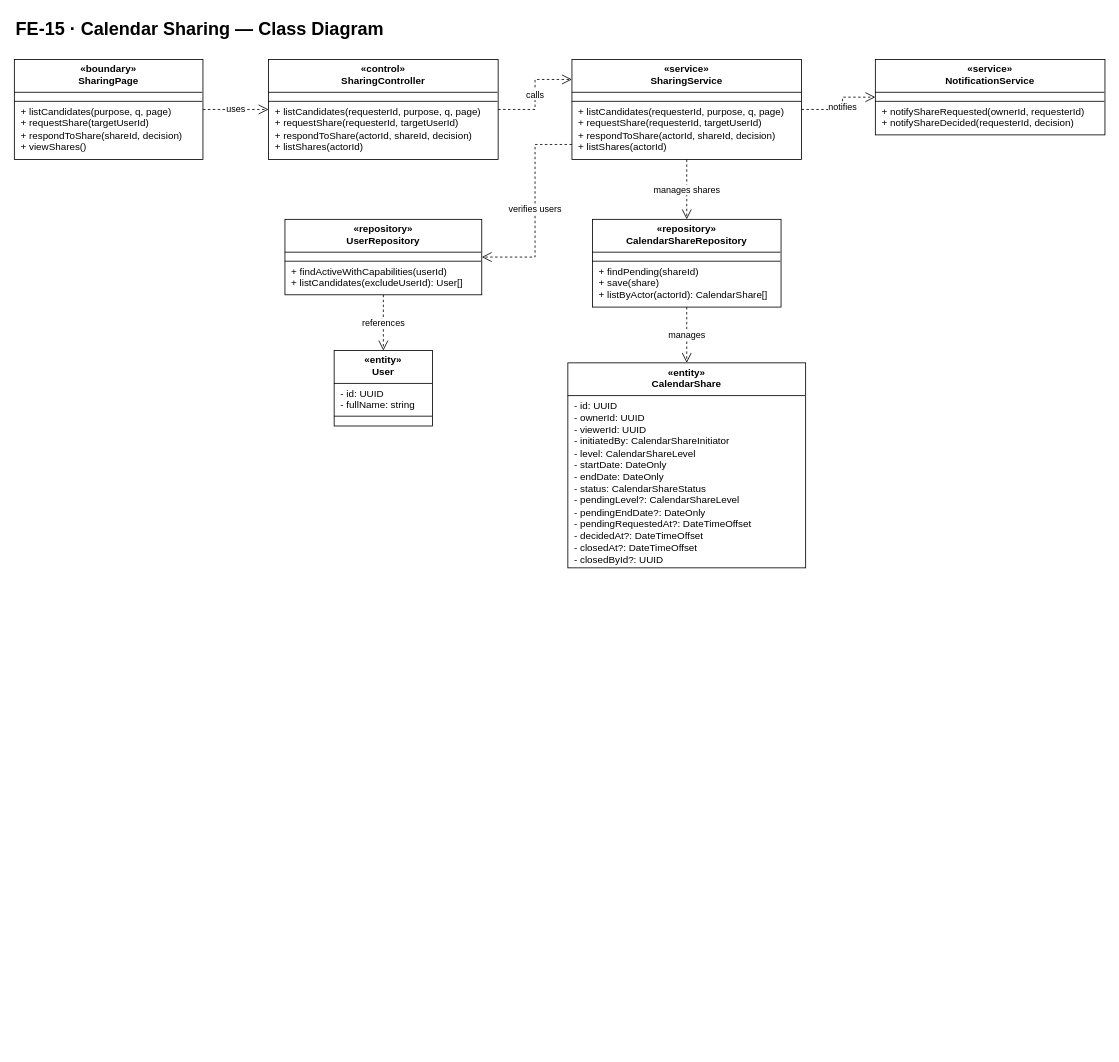
Before: docs/07-classdiagram/feature-15-calendar-sharing-class-diagram.drawio in callmehai/FU-FA26-G116, a draw.io diagram. Source tidied: cells renumbered, new cells numbered last; positions are measured from the earlier drawing's top-left corner, leaving out a move shared by most shapes. Both pictures are drawn from the tidied source at 82%, with x=0, y=0 at pixel (14, 14).
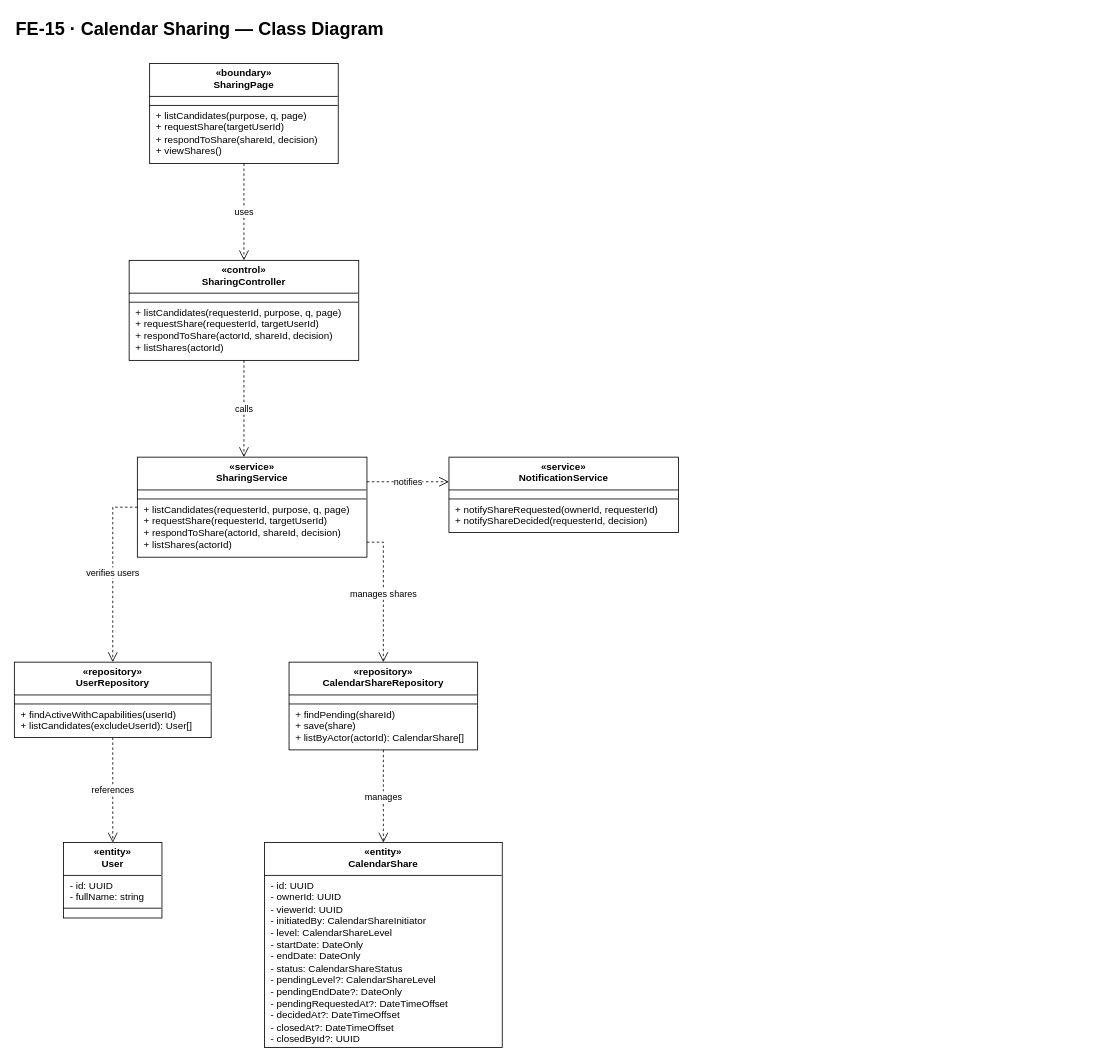
Above is the later version.

The edit, as a diff of the source:
```diff
@@
     <mxCell id="3" value="&lt;div style=&quot;text-align:center;font-weight:bold;padding:5px 4px 4px 4px;height:31px;&quot;&gt;«boundary»&lt;br&gt;SharingPage&lt;/div&gt;&lt;hr style=&quot;margin:0;border:none;border-top:1px solid #000000;height:0;&quot;&gt;&lt;div style=&quot;text-align:left;padding:5px 8px 5px 8px;white-space:nowrap;&quot;&gt;&lt;/div&gt;&lt;hr style=&quot;margin:0;border:none;border-top:1px solid #000000;height:0;&quot;&gt;&lt;div style=&quot;text-align:left;padding:5px 8px 5px 8px;white-space:nowrap;&quot;&gt;+ listCandidates(purpose, q, page)&lt;br&gt;+ requestShare(targetUserId)&lt;br&gt;+ respondToShare(shareId, decision)&lt;br&gt;+ viewShares()&lt;/div&gt;" style="rounded=0;whiteSpace=wrap;html=1;align=left;verticalAlign=top;spacing=0;overflow=fill;fillColor=#ffffff;strokeColor=#000000;fontSize=12;fontFamily=Helvetica;fontColor=#000000;" parent="1" vertex="1">
-      <mxGeometry y="55" width="230" height="122" as="geometry" />
+      <mxGeometry x="165" y="60" width="230" height="122" as="geometry" />
     </mxCell>
     <mxCell id="4" value="&lt;div style=&quot;text-align:center;font-weight:bold;padding:5px 4px 4px 4px;height:31px;&quot;&gt;«control»&lt;br&gt;SharingController&lt;/div&gt;&lt;hr style=&quot;margin:0;border:none;border-top:1px solid #000000;height:0;&quot;&gt;&lt;div style=&quot;text-align:left;padding:5px 8px 5px 8px;white-space:nowrap;&quot;&gt;&lt;/div&gt;&lt;hr style=&quot;margin:0;border:none;border-top:1px solid #000000;height:0;&quot;&gt;&lt;div style=&quot;text-align:left;padding:5px 8px 5px 8px;white-space:nowrap;&quot;&gt;+ listCandidates(requesterId, purpose, q, page)&lt;br&gt;+ requestShare(requesterId, targetUserId)&lt;br&gt;+ respondToShare(actorId, shareId, decision)&lt;br&gt;+ listShares(actorId)&lt;/div&gt;" style="rounded=0;whiteSpace=wrap;html=1;align=left;verticalAlign=top;spacing=0;overflow=fill;fillColor=#ffffff;strokeColor=#000000;fontSize=12;fontFamily=Helvetica;fontColor=#000000;" parent="1" vertex="1">
-      <mxGeometry x="310" y="55" width="280" height="122" as="geometry" />
+      <mxGeometry x="140" y="300" width="280" height="122" as="geometry" />
     </mxCell>
     <mxCell id="5" value="&lt;div style=&quot;text-align:center;font-weight:bold;padding:5px 4px 4px 4px;height:31px;&quot;&gt;«service»&lt;br&gt;SharingService&lt;/div&gt;&lt;hr style=&quot;margin:0;border:none;border-top:1px solid #000000;height:0;&quot;&gt;&lt;div style=&quot;text-align:left;padding:5px 8px 5px 8px;white-space:nowrap;&quot;&gt;&lt;/div&gt;&lt;hr style=&quot;margin:0;border:none;border-top:1px solid #000000;height:0;&quot;&gt;&lt;div style=&quot;text-align:left;padding:5px 8px 5px 8px;white-space:nowrap;&quot;&gt;+ listCandidates(requesterId, purpose, q, page)&lt;br&gt;+ requestShare(requesterId, targetUserId)&lt;br&gt;+ respondToShare(actorId, shareId, decision)&lt;br&gt;+ listShares(actorId)&lt;/div&gt;" style="rounded=0;whiteSpace=wrap;html=1;align=left;verticalAlign=top;spacing=0;overflow=fill;fillColor=#ffffff;strokeColor=#000000;fontSize=12;fontFamily=Helvetica;fontColor=#000000;" parent="1" vertex="1">
-      <mxGeometry x="680" y="55" width="280" height="122" as="geometry" />
+      <mxGeometry x="150" y="540" width="280" height="122" as="geometry" />
     </mxCell>
     <mxCell id="6" value="&lt;div style=&quot;text-align:center;font-weight:bold;padding:5px 4px 4px 4px;height:31px;&quot;&gt;«repository»&lt;br&gt;UserRepository&lt;/div&gt;&lt;hr style=&quot;margin:0;border:none;border-top:1px solid #000000;height:0;&quot;&gt;&lt;div style=&quot;text-align:left;padding:5px 8px 5px 8px;white-space:nowrap;&quot;&gt;&lt;/div&gt;&lt;hr style=&quot;margin:0;border:none;border-top:1px solid #000000;height:0;&quot;&gt;&lt;div style=&quot;text-align:left;padding:5px 8px 5px 8px;white-space:nowrap;&quot;&gt;+ findActiveWithCapabilities(userId)&lt;br&gt;+ listCandidates(excludeUserId): User[]&lt;/div&gt;" style="rounded=0;whiteSpace=wrap;html=1;align=left;verticalAlign=top;spacing=0;overflow=fill;fillColor=#ffffff;strokeColor=#000000;fontSize=12;fontFamily=Helvetica;fontColor=#000000;" parent="1" vertex="1">
-      <mxGeometry x="330" y="250" width="240" height="92" as="geometry" />
+      <mxGeometry y="790" width="240" height="92" as="geometry" />
     </mxCell>
     <mxCell id="7" value="&lt;div style=&quot;text-align:center;font-weight:bold;padding:5px 4px 4px 4px;height:31px;&quot;&gt;«repository»&lt;br&gt;CalendarShareRepository&lt;/div&gt;&lt;hr style=&quot;margin:0;border:none;border-top:1px solid #000000;height:0;&quot;&gt;&lt;div style=&quot;text-align:left;padding:5px 8px 5px 8px;white-space:nowrap;&quot;&gt;&lt;/div&gt;&lt;hr style=&quot;margin:0;border:none;border-top:1px solid #000000;height:0;&quot;&gt;&lt;div style=&quot;text-align:left;padding:5px 8px 5px 8px;white-space:nowrap;&quot;&gt;+ findPending(shareId)&lt;br&gt;+ save(share)&lt;br&gt;+ listByActor(actorId): CalendarShare[]&lt;/div&gt;" style="rounded=0;whiteSpace=wrap;html=1;align=left;verticalAlign=top;spacing=0;overflow=fill;fillColor=#ffffff;strokeColor=#000000;fontSize=12;fontFamily=Helvetica;fontColor=#000000;" parent="1" vertex="1">
-      <mxGeometry x="705" y="250" width="230" height="107" as="geometry" />
+      <mxGeometry x="335" y="790" width="230" height="107" as="geometry" />
     </mxCell>
     <mxCell id="8" value="&lt;div style=&quot;text-align:center;font-weight:bold;padding:5px 4px 4px 4px;height:31px;&quot;&gt;«service»&lt;br&gt;NotificationService&lt;/div&gt;&lt;hr style=&quot;margin:0;border:none;border-top:1px solid #000000;height:0;&quot;&gt;&lt;div style=&quot;text-align:left;padding:5px 8px 5px 8px;white-space:nowrap;&quot;&gt;&lt;/div&gt;&lt;hr style=&quot;margin:0;border:none;border-top:1px solid #000000;height:0;&quot;&gt;&lt;div style=&quot;text-align:left;padding:5px 8px 5px 8px;white-space:nowrap;&quot;&gt;+ notifyShareRequested(ownerId, requesterId)&lt;br&gt;+ notifyShareDecided(requesterId, decision)&lt;/div&gt;" style="rounded=0;whiteSpace=wrap;html=1;align=left;verticalAlign=top;spacing=0;overflow=fill;fillColor=#ffffff;strokeColor=#000000;fontSize=12;fontFamily=Helvetica;fontColor=#000000;" parent="1" vertex="1">
-      <mxGeometry x="1050" y="55" width="280" height="92" as="geometry" />
+      <mxGeometry x="530" y="540" width="280" height="92" as="geometry" />
     </mxCell>
     <mxCell id="9" value="&lt;div style=&quot;text-align:center;font-weight:bold;padding:5px 4px 4px 4px;height:31px;&quot;&gt;«entity»&lt;br&gt;CalendarShare&lt;/div&gt;&lt;hr style=&quot;margin:0;border:none;border-top:1px solid #000000;height:0;&quot;&gt;&lt;div style=&quot;text-align:left;padding:5px 8px 5px 8px;white-space:nowrap;&quot;&gt;- id: UUID&lt;br&gt;- ownerId: UUID&lt;br&gt;- viewerId: UUID&lt;br&gt;- initiatedBy: CalendarShareInitiator&lt;br&gt;- level: CalendarShareLevel&lt;br&gt;- startDate: DateOnly&lt;br&gt;- endDate: DateOnly&lt;br&gt;- status: CalendarShareStatus&lt;br&gt;- pendingLevel?: CalendarShareLevel&lt;br&gt;- pendingEndDate?: DateOnly&lt;br&gt;- pendingRequestedAt?: DateTimeOffset&lt;br&gt;- decidedAt?: DateTimeOffset&lt;br&gt;- closedAt?: DateTimeOffset&lt;br&gt;- closedById?: UUID&lt;/div&gt;&lt;hr style=&quot;margin:0;border:none;border-top:1px solid #000000;height:0;&quot;&gt;&lt;div style=&quot;text-align:left;padding:5px 8px 5px 8px;white-space:nowrap;&quot;&gt;&lt;/div&gt;" style="rounded=0;whiteSpace=wrap;html=1;align=left;verticalAlign=top;spacing=0;overflow=fill;fillColor=#ffffff;strokeColor=#000000;fontSize=12;fontFamily=Helvetica;fontColor=#000000;" parent="1" vertex="1">
-      <mxGeometry x="675" y="425" width="290" height="250" as="geometry" />
+      <mxGeometry x="305" y="1010" width="290" height="250" as="geometry" />
     </mxCell>
     <mxCell id="10" value="&lt;div style=&quot;text-align:center;font-weight:bold;padding:5px 4px 4px 4px;height:31px;&quot;&gt;«entity»&lt;br&gt;User&lt;/div&gt;&lt;hr style=&quot;margin:0;border:none;border-top:1px solid #000000;height:0;&quot;&gt;&lt;div style=&quot;text-align:left;padding:5px 8px 5px 8px;white-space:nowrap;&quot;&gt;- id: UUID&lt;br&gt;- fullName: string&lt;/div&gt;&lt;hr style=&quot;margin:0;border:none;border-top:1px solid #000000;height:0;&quot;&gt;&lt;div style=&quot;text-align:left;padding:5px 8px 5px 8px;white-space:nowrap;&quot;&gt;&lt;/div&gt;" style="rounded=0;whiteSpace=wrap;html=1;align=left;verticalAlign=top;spacing=0;overflow=fill;fillColor=#ffffff;strokeColor=#000000;fontSize=12;fontFamily=Helvetica;fontColor=#000000;" parent="1" vertex="1">
-      <mxGeometry x="390" y="410" width="120" height="92" as="geometry" />
+      <mxGeometry x="60" y="1010" width="120" height="92" as="geometry" />
     </mxCell>
-    <mxCell id="11" value="uses" style="edgeStyle=orthogonalEdgeStyle;jettySize=auto;html=1;dashed=1;endArrow=open;labelBackgroundColor=#ffffff;rounded=0;endSize=10;fontSize=11;fontFamily=Helvetica;exitDx=0;exitDy=0;entryDx=0;entryDy=0;exitX=1;exitY=0.5;entryX=0;entryY=0.5;" parent="1" edge="1" source="3" target="4">
+    <mxCell id="11" value="uses" style="edgeStyle=orthogonalEdgeStyle;jettySize=auto;html=1;dashed=1;endArrow=open;labelBackgroundColor=#ffffff;rounded=0;endSize=10;fontSize=11;fontFamily=Helvetica;exitX=0.5;exitY=1;exitDx=0;exitDy=0;entryX=0.5;entryY=0;entryDx=0;entryDy=0;" parent="1" edge="1" source="3" target="4">
       <mxGeometry relative="1" as="geometry" />
     </mxCell>
-    <mxCell id="12" value="calls" style="edgeStyle=orthogonalEdgeStyle;jettySize=auto;html=1;dashed=1;endArrow=open;labelBackgroundColor=#ffffff;rounded=0;endSize=10;fontSize=11;fontFamily=Helvetica;exitDx=0;exitDy=0;entryDx=0;entryDy=0;exitX=1;exitY=0.5;entryX=0;entryY=0.2;" parent="1" edge="1" source="4" target="5">
-      <mxGeometry relative="1" as="geometry">
-        <Array as="points">
-          <mxPoint x="635" y="116" />
-          <mxPoint x="635" y="79.4" />
-        </Array>
-      </mxGeometry>
+    <mxCell id="12" value="calls" style="edgeStyle=orthogonalEdgeStyle;jettySize=auto;html=1;dashed=1;endArrow=open;labelBackgroundColor=#ffffff;rounded=0;endSize=10;fontSize=11;fontFamily=Helvetica;exitX=0.5;exitY=1;exitDx=0;exitDy=0;entryX=0.464286;entryY=0;entryDx=0;entryDy=0;" parent="1" edge="1" source="4" target="5">
+      <mxGeometry relative="1" as="geometry" />
     </mxCell>
-    <mxCell id="13" value="verifies users" style="edgeStyle=orthogonalEdgeStyle;jettySize=auto;html=1;dashed=1;endArrow=open;labelBackgroundColor=#ffffff;rounded=0;endSize=10;fontSize=11;fontFamily=Helvetica;exitDx=0;exitDy=0;entryDx=0;entryDy=0;exitX=0;exitY=0.85;entryX=1;entryY=0.5;" parent="1" edge="1" source="5" target="6">
+    <mxCell id="13" value="verifies users" style="edgeStyle=orthogonalEdgeStyle;jettySize=auto;html=1;dashed=1;endArrow=open;labelBackgroundColor=#ffffff;rounded=0;endSize=10;fontSize=11;fontFamily=Helvetica;exitX=0;exitY=0.5;exitDx=0;exitDy=0;entryX=0.5;entryY=0;entryDx=0;entryDy=0;" parent="1" edge="1" source="5" target="6">
       <mxGeometry relative="1" as="geometry">
         <Array as="points">
-          <mxPoint x="635" y="158.7" />
-          <mxPoint x="635" y="296" />
+          <mxPoint x="120" y="601" />
         </Array>
       </mxGeometry>
     </mxCell>
-    <mxCell id="14" value="manages shares" style="edgeStyle=orthogonalEdgeStyle;jettySize=auto;html=1;dashed=1;endArrow=open;labelBackgroundColor=#ffffff;rounded=0;endSize=10;fontSize=11;fontFamily=Helvetica;exitDx=0;exitDy=0;entryDx=0;entryDy=0;exitX=0.5;exitY=1;entryX=0.5;entryY=0;" parent="1" edge="1" source="5" target="7">
-      <mxGeometry relative="1" as="geometry" />
+    <mxCell id="14" value="manages shares" style="edgeStyle=orthogonalEdgeStyle;jettySize=auto;html=1;dashed=1;endArrow=open;labelBackgroundColor=#ffffff;rounded=0;endSize=10;fontSize=11;fontFamily=Helvetica;exitX=1;exitY=0.85;exitDx=0;exitDy=0;entryX=0.5;entryY=0;entryDx=0;entryDy=0;" parent="1" edge="1" source="5" target="7">
+      <mxGeometry relative="1" as="geometry">
+        <Array as="points">
+          <mxPoint x="450" y="643.7" />
+        </Array>
+      </mxGeometry>
     </mxCell>
-    <mxCell id="15" value="notifies" style="edgeStyle=orthogonalEdgeStyle;jettySize=auto;html=1;dashed=1;endArrow=open;labelBackgroundColor=#ffffff;rounded=0;endSize=10;fontSize=11;fontFamily=Helvetica;exitDx=0;exitDy=0;entryDx=0;entryDy=0;exitX=1;exitY=0.5;entryX=0;entryY=0.5;" parent="1" edge="1" source="5" target="8">
-      <mxGeometry relative="1" as="geometry">
-        <Array as="points">
-          <mxPoint x="1010" y="116" />
-          <mxPoint x="1010" y="101" />
-        </Array>
-      </mxGeometry>
+    <mxCell id="15" value="notifies" style="edgeStyle=orthogonalEdgeStyle;jettySize=auto;html=1;dashed=1;endArrow=open;labelBackgroundColor=#ffffff;rounded=0;endSize=10;fontSize=11;fontFamily=Helvetica;exitX=1;exitY=0.245902;exitDx=0;exitDy=0;entryX=0;entryY=0.326087;entryDx=0;entryDy=0;" parent="1" edge="1" source="5" target="8">
+      <mxGeometry relative="1" as="geometry" />
     </mxCell>
-    <mxCell id="16" value="manages" style="edgeStyle=orthogonalEdgeStyle;jettySize=auto;html=1;dashed=1;endArrow=open;labelBackgroundColor=#ffffff;rounded=0;endSize=10;fontSize=11;fontFamily=Helvetica;exitDx=0;exitDy=0;entryDx=0;entryDy=0;exitX=0.5;exitY=1;entryX=0.5;entryY=0;" parent="1" edge="1" source="7" target="9">
+    <mxCell id="16" value="manages" style="edgeStyle=orthogonalEdgeStyle;jettySize=auto;html=1;dashed=1;endArrow=open;labelBackgroundColor=#ffffff;rounded=0;endSize=10;fontSize=11;fontFamily=Helvetica;exitX=0.5;exitY=1;exitDx=0;exitDy=0;entryX=0.5;entryY=0;entryDx=0;entryDy=0;" parent="1" edge="1" source="7" target="9">
       <mxGeometry x="0.01" relative="1" as="geometry" />
     </mxCell>
-    <mxCell id="17" value="references" style="edgeStyle=orthogonalEdgeStyle;jettySize=auto;html=1;dashed=1;endArrow=open;labelBackgroundColor=#ffffff;rounded=0;endSize=10;fontSize=11;fontFamily=Helvetica;exitDx=0;exitDy=0;entryDx=0;entryDy=0;exitX=0.5;exitY=1;entryX=0.5;entryY=0;" parent="1" edge="1" source="6" target="10">
+    <mxCell id="17" value="references" style="edgeStyle=orthogonalEdgeStyle;jettySize=auto;html=1;dashed=1;endArrow=open;labelBackgroundColor=#ffffff;rounded=0;endSize=10;fontSize=11;fontFamily=Helvetica;exitX=0.5;exitY=1;exitDx=0;exitDy=0;entryX=0.5;entryY=0;entryDx=0;entryDy=0;" parent="1" edge="1" source="6" target="10">
       <mxGeometry relative="1" as="geometry" />
     </mxCell>
```
